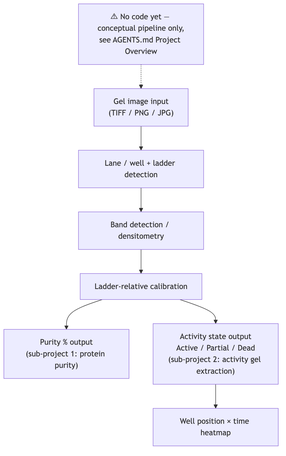
Earlier version of the Mermaid export diagrams/program-flow.png (nebiolabs/gel-image-extractor). Its source is kept beside it as diagrams/program-flow.mmd. The source it was exported from:
```mermaid

flowchart TD
    Note["⚠ No code yet — conceptual pipeline only,<br/>see AGENTS.md Project Overview"]

    Input["Gel image input<br/>(TIFF / PNG / JPG)"]
    Detect["Lane / well + ladder detection"]
    Bands["Band detection / densitometry"]
    Calibrate["Ladder-relative calibration"]

    OutPurity["Purity % output<br/>(sub-project 1: protein purity)"]
    OutActivity["Activity state output<br/>Active / Partial / Dead<br/>(sub-project 2: activity gel extraction)"]
    Heatmap["Well position × time heatmap"]

    Input --> Detect --> Bands --> Calibrate
    Calibrate --> OutPurity
    Calibrate --> OutActivity --> Heatmap

    Note -.-> Input
```
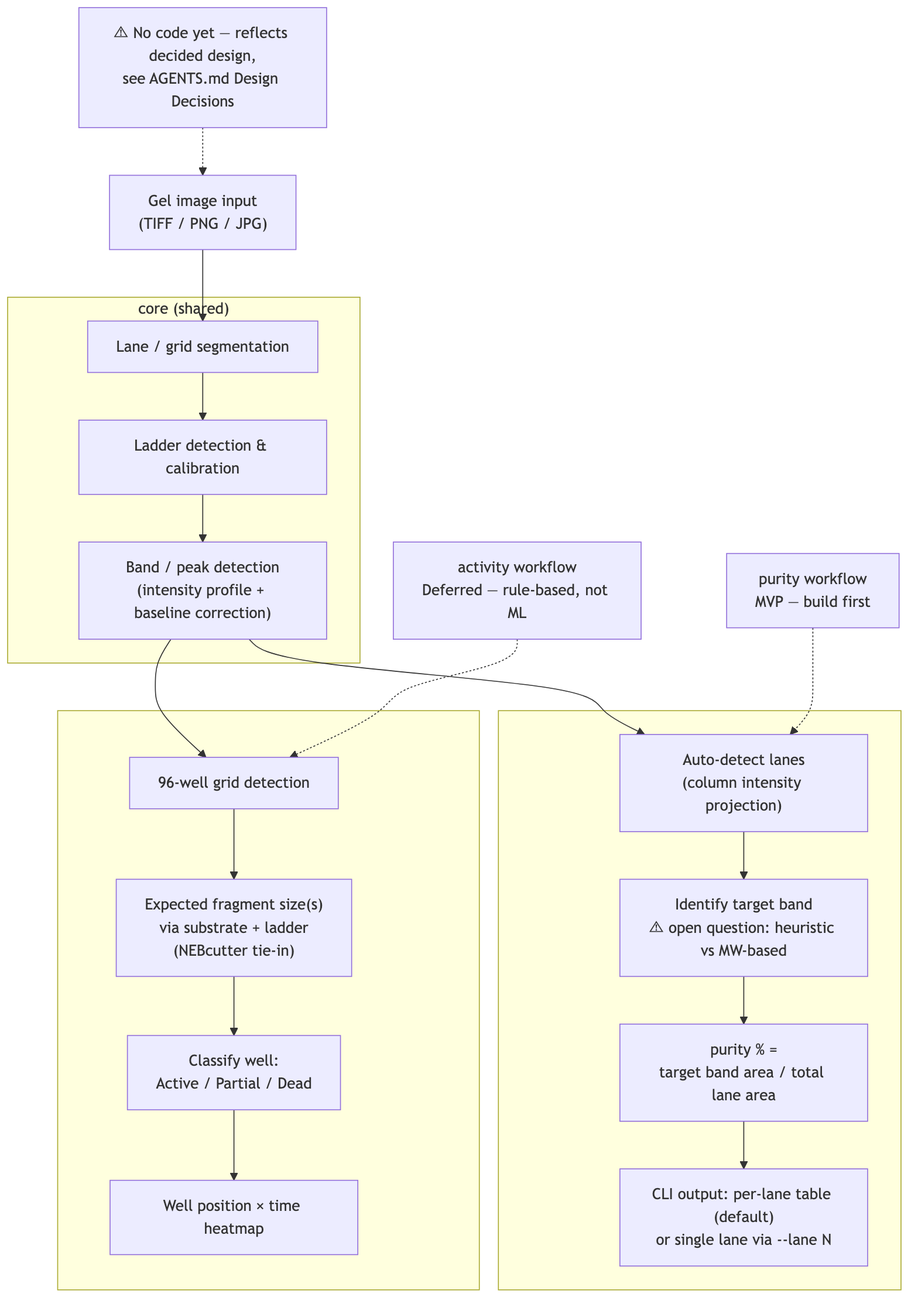
Above is the later version.

Change to the diagram source:
```diff
@@ -1,18 +1,37 @@
 
 flowchart TD
-    Note["⚠ No code yet — conceptual pipeline only,<br/>see AGENTS.md Project Overview"]
+    Note["⚠ No code yet — reflects decided design,<br/>see AGENTS.md Design Decisions"]
 
     Input["Gel image input<br/>(TIFF / PNG / JPG)"]
-    Detect["Lane / well + ladder detection"]
-    Bands["Band detection / densitometry"]
-    Calibrate["Ladder-relative calibration"]
 
-    OutPurity["Purity % output<br/>(sub-project 1: protein purity)"]
-    OutActivity["Activity state output<br/>Active / Partial / Dead<br/>(sub-project 2: activity gel extraction)"]
-    Heatmap["Well position × time heatmap"]
+    subgraph Core["core (shared)"]
+        Seg["Lane / grid segmentation"]
+        Ladder["Ladder detection & calibration"]
+        BandDet["Band / peak detection<br/>(intensity profile + baseline correction)"]
+    end
 
-    Input --> Detect --> Bands --> Calibrate
-    Calibrate --> OutPurity
-    Calibrate --> OutActivity --> Heatmap
+    PurityLabel["purity workflow<br/>MVP — build first"]
+    subgraph PurityWF[" "]
+        AutoLane["Auto-detect lanes<br/>(column intensity projection)"]
+        TargetID["Identify target band<br/>⚠ open question: heuristic vs MW-based"]
+        PurityCalc["purity % =<br/>target band area / total lane area"]
+        PurityOut["CLI output: per-lane table (default)<br/>or single lane via --lane N"]
+    end
+
+    ActivityLabel["activity workflow<br/>Deferred — rule-based, not ML"]
+    subgraph ActivityWF[" "]
+        GridDet["96-well grid detection"]
+        ExpectedFrag["Expected fragment size(s)<br/>via substrate + ladder<br/>(NEBcutter tie-in)"]
+        Classify["Classify well:<br/>Active / Partial / Dead"]
+        Heatmap["Well position × time heatmap"]
+    end
 
     Note -.-> Input
+    Input --> Seg --> Ladder --> BandDet
+
+    BandDet --> AutoLane
+    BandDet --> GridDet
+    PurityLabel -.-> AutoLane
+    ActivityLabel -.-> GridDet
+    AutoLane --> TargetID --> PurityCalc --> PurityOut
+    GridDet --> ExpectedFrag --> Classify --> Heatmap
```
